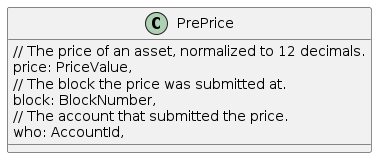
Above: frame/oracle/design/images/images/pre-price.png in ComposableFi/composable (PlantUML), before the change.
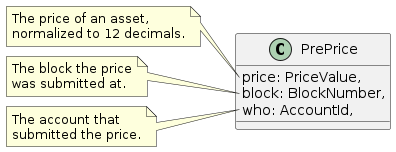
The same file after the commit.

The edit, as a diff of the source:
```diff
@@ -1,10 +1,22 @@
 @startuml
 class PrePrice {
-    // The price of an asset, normalized to 12 decimals.
     price: PriceValue,
-    // The block the price was submitted at.
     block: BlockNumber,
-    // The account that submitted the price.
     who: AccountId,
 }
+
+note left of PrePrice::price
+The price of an asset,
+normalized to 12 decimals.
+end note
+
+note left of PrePrice::block
+The block the price
+was submitted at.
+end note
+
+note left of PrePrice::who
+The account that
+submitted the price.
+end note
 @enduml
```
